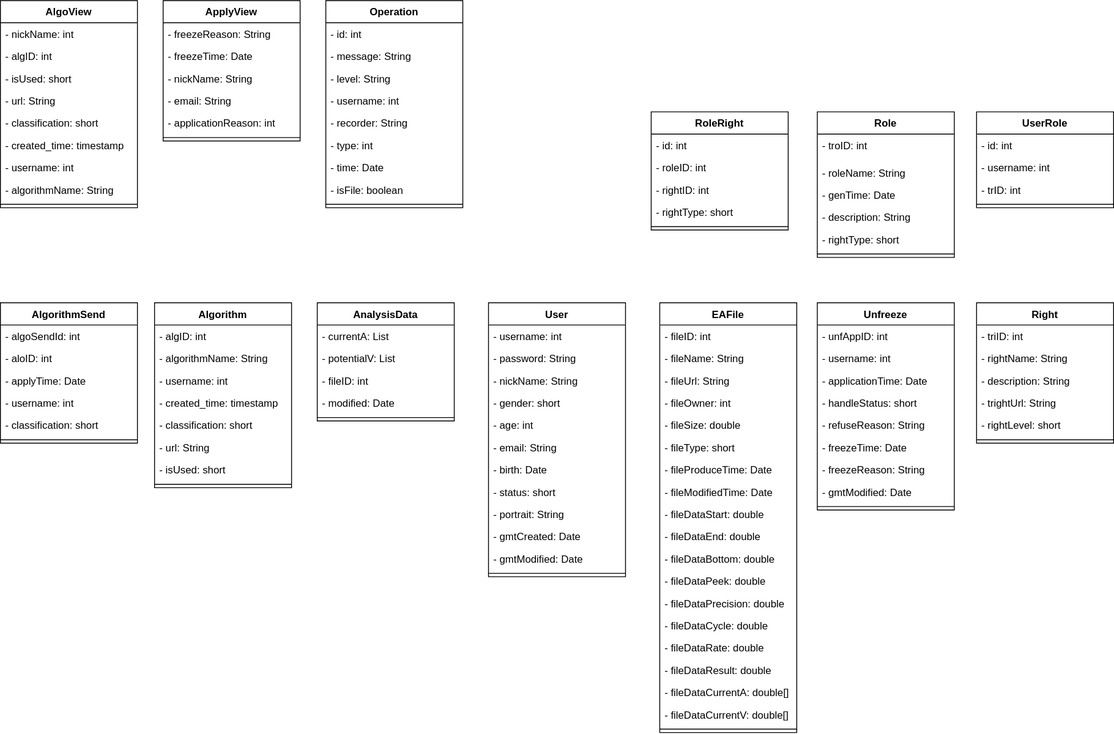
This is entity.svg from JDsen99/UML, a draw.io export, as it was before one commit. Source tidied: cells renumbered, new cells last; positions are measured from the earlier drawing's top-left corner, leaving out a move shared by most shapes.
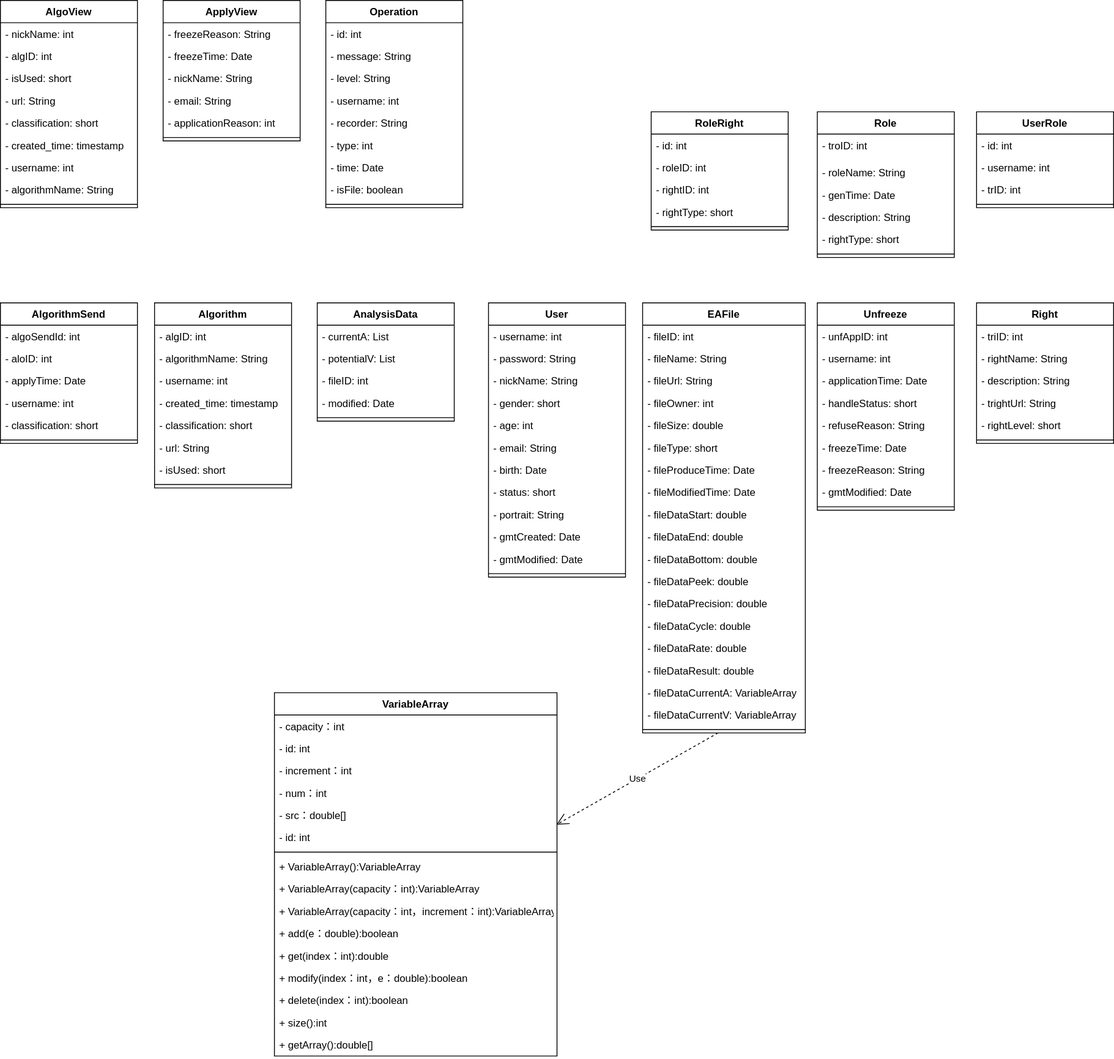
Later version of the same file.

Diff of the diagram source:
```diff
@@ -108,64 +108,64 @@
       <mxGeometry y="156" width="160" height="8" as="geometry" />
     </mxCell>
     <mxCell id="37" value="EAFile" style="swimlane;fontStyle=1;align=center;verticalAlign=top;horizontal=1;startSize=26;rounded=0;shadow=0;glass=0;sketch=0;" parent="1" vertex="1">
-      <mxGeometry x="770" y="353" width="160" height="502" as="geometry" />
+      <mxGeometry x="750" y="353" width="190" height="502" as="geometry" />
     </mxCell>
     <mxCell id="38" value="- fileID: int" style="text;strokeColor=none;fillColor=none;align=left;verticalAlign=top;spacingLeft=4;spacingRight=4;overflow=hidden;" parent="37" vertex="1">
-      <mxGeometry y="26" width="160" height="26" as="geometry" />
+      <mxGeometry y="26" width="190" height="26" as="geometry" />
     </mxCell>
     <mxCell id="39" value="- fileName: String" style="text;strokeColor=none;fillColor=none;align=left;verticalAlign=top;spacingLeft=4;spacingRight=4;overflow=hidden;" parent="37" vertex="1">
-      <mxGeometry y="52" width="160" height="26" as="geometry" />
+      <mxGeometry y="52" width="190" height="26" as="geometry" />
     </mxCell>
     <mxCell id="40" value="- fileUrl: String" style="text;strokeColor=none;fillColor=none;align=left;verticalAlign=top;spacingLeft=4;spacingRight=4;overflow=hidden;" parent="37" vertex="1">
-      <mxGeometry y="78" width="160" height="26" as="geometry" />
+      <mxGeometry y="78" width="190" height="26" as="geometry" />
     </mxCell>
     <mxCell id="41" value="- fileOwner: int" style="text;strokeColor=none;fillColor=none;align=left;verticalAlign=top;spacingLeft=4;spacingRight=4;overflow=hidden;" parent="37" vertex="1">
-      <mxGeometry y="104" width="160" height="26" as="geometry" />
+      <mxGeometry y="104" width="190" height="26" as="geometry" />
     </mxCell>
     <mxCell id="42" value="- fileSize: double" style="text;strokeColor=none;fillColor=none;align=left;verticalAlign=top;spacingLeft=4;spacingRight=4;overflow=hidden;" parent="37" vertex="1">
-      <mxGeometry y="130" width="160" height="26" as="geometry" />
+      <mxGeometry y="130" width="190" height="26" as="geometry" />
     </mxCell>
     <mxCell id="43" value="- fileType: short" style="text;strokeColor=none;fillColor=none;align=left;verticalAlign=top;spacingLeft=4;spacingRight=4;overflow=hidden;" parent="37" vertex="1">
-      <mxGeometry y="156" width="160" height="26" as="geometry" />
+      <mxGeometry y="156" width="190" height="26" as="geometry" />
     </mxCell>
     <mxCell id="44" value="- fileProduceTime: Date" style="text;strokeColor=none;fillColor=none;align=left;verticalAlign=top;spacingLeft=4;spacingRight=4;overflow=hidden;" parent="37" vertex="1">
-      <mxGeometry y="182" width="160" height="26" as="geometry" />
+      <mxGeometry y="182" width="190" height="26" as="geometry" />
     </mxCell>
     <mxCell id="45" value="- fileModifiedTime: Date" style="text;strokeColor=none;fillColor=none;align=left;verticalAlign=top;spacingLeft=4;spacingRight=4;overflow=hidden;" parent="37" vertex="1">
-      <mxGeometry y="208" width="160" height="26" as="geometry" />
+      <mxGeometry y="208" width="190" height="26" as="geometry" />
     </mxCell>
     <mxCell id="46" value="- fileDataStart: double" style="text;strokeColor=none;fillColor=none;align=left;verticalAlign=top;spacingLeft=4;spacingRight=4;overflow=hidden;" parent="37" vertex="1">
-      <mxGeometry y="234" width="160" height="26" as="geometry" />
+      <mxGeometry y="234" width="190" height="26" as="geometry" />
     </mxCell>
     <mxCell id="47" value="- fileDataEnd: double" style="text;strokeColor=none;fillColor=none;align=left;verticalAlign=top;spacingLeft=4;spacingRight=4;overflow=hidden;" parent="37" vertex="1">
-      <mxGeometry y="260" width="160" height="26" as="geometry" />
+      <mxGeometry y="260" width="190" height="26" as="geometry" />
     </mxCell>
     <mxCell id="48" value="- fileDataBottom: double" style="text;strokeColor=none;fillColor=none;align=left;verticalAlign=top;spacingLeft=4;spacingRight=4;overflow=hidden;" parent="37" vertex="1">
-      <mxGeometry y="286" width="160" height="26" as="geometry" />
+      <mxGeometry y="286" width="190" height="26" as="geometry" />
     </mxCell>
     <mxCell id="49" value="- fileDataPeek: double" style="text;strokeColor=none;fillColor=none;align=left;verticalAlign=top;spacingLeft=4;spacingRight=4;overflow=hidden;" parent="37" vertex="1">
-      <mxGeometry y="312" width="160" height="26" as="geometry" />
+      <mxGeometry y="312" width="190" height="26" as="geometry" />
     </mxCell>
     <mxCell id="50" value="- fileDataPrecision: double" style="text;strokeColor=none;fillColor=none;align=left;verticalAlign=top;spacingLeft=4;spacingRight=4;overflow=hidden;" parent="37" vertex="1">
-      <mxGeometry y="338" width="160" height="26" as="geometry" />
+      <mxGeometry y="338" width="190" height="26" as="geometry" />
     </mxCell>
     <mxCell id="51" value="- fileDataCycle: double" style="text;strokeColor=none;fillColor=none;align=left;verticalAlign=top;spacingLeft=4;spacingRight=4;overflow=hidden;" parent="37" vertex="1">
-      <mxGeometry y="364" width="160" height="26" as="geometry" />
+      <mxGeometry y="364" width="190" height="26" as="geometry" />
     </mxCell>
     <mxCell id="52" value="- fileDataRate: double" style="text;strokeColor=none;fillColor=none;align=left;verticalAlign=top;spacingLeft=4;spacingRight=4;overflow=hidden;" parent="37" vertex="1">
-      <mxGeometry y="390" width="160" height="26" as="geometry" />
+      <mxGeometry y="390" width="190" height="26" as="geometry" />
     </mxCell>
     <mxCell id="53" value="- fileDataResult: double" style="text;strokeColor=none;fillColor=none;align=left;verticalAlign=top;spacingLeft=4;spacingRight=4;overflow=hidden;" parent="37" vertex="1">
-      <mxGeometry y="416" width="160" height="26" as="geometry" />
+      <mxGeometry y="416" width="190" height="26" as="geometry" />
     </mxCell>
-    <mxCell id="54" value="- fileDataCurrentA: double[]" style="text;strokeColor=none;fillColor=none;align=left;verticalAlign=top;spacingLeft=4;spacingRight=4;overflow=hidden;" parent="37" vertex="1">
-      <mxGeometry y="442" width="160" height="26" as="geometry" />
+    <mxCell id="54" value="- fileDataCurrentA: VariableArray" style="text;strokeColor=none;fillColor=none;align=left;verticalAlign=top;spacingLeft=4;spacingRight=4;overflow=hidden;" parent="37" vertex="1">
+      <mxGeometry y="442" width="190" height="26" as="geometry" />
     </mxCell>
-    <mxCell id="55" value="- fileDataCurrentV: double[]" style="text;strokeColor=none;fillColor=none;align=left;verticalAlign=top;spacingLeft=4;spacingRight=4;overflow=hidden;" parent="37" vertex="1">
-      <mxGeometry y="468" width="160" height="26" as="geometry" />
+    <mxCell id="55" value="- fileDataCurrentV: VariableArray" style="text;strokeColor=none;fillColor=none;align=left;verticalAlign=top;spacingLeft=4;spacingRight=4;overflow=hidden;" parent="37" vertex="1">
+      <mxGeometry y="468" width="190" height="26" as="geometry" />
     </mxCell>
     <mxCell id="56" style="line;strokeWidth=1;fillColor=none;align=left;verticalAlign=middle;spacingTop=-1;spacingLeft=3;spacingRight=3;labelPosition=right;points=[];portConstraint=eastwest;" parent="37" vertex="1">
-      <mxGeometry y="494" width="160" height="8" as="geometry" />
+      <mxGeometry y="494" width="190" height="8" as="geometry" />
     </mxCell>
     <mxCell id="57" value="Unfreeze" style="swimlane;fontStyle=1;align=center;verticalAlign=top;horizontal=1;startSize=26;rounded=0;shadow=0;glass=0;sketch=0;" parent="1" vertex="1">
       <mxGeometry x="954" y="353" width="160" height="242" as="geometry" />
@@ -353,5 +353,59 @@
     <mxCell id="118" style="line;strokeWidth=1;fillColor=none;align=left;verticalAlign=middle;spacingTop=-1;spacingLeft=3;spacingRight=3;labelPosition=right;" parent="109" vertex="1">
       <mxGeometry y="234" width="160" height="8" as="geometry" />
     </mxCell>
+    <mxCell id="119" value="VariableArray" style="swimlane;fontStyle=1;align=center;verticalAlign=top;horizontal=1;startSize=26;rounded=0;shadow=0;glass=0;sketch=0;" parent="1" vertex="1">
+      <mxGeometry x="320" y="808" width="330" height="424" as="geometry" />
+    </mxCell>
+    <mxCell id="120" value="- capacity：int" style="text;strokeColor=none;fillColor=none;align=left;verticalAlign=top;spacingLeft=4;spacingRight=4;overflow=hidden;" parent="119" vertex="1">
+      <mxGeometry y="26" width="330" height="26" as="geometry" />
+    </mxCell>
+    <mxCell id="121" value="- id: int" style="text;strokeColor=none;fillColor=none;align=left;verticalAlign=top;spacingLeft=4;spacingRight=4;overflow=hidden;" parent="119" vertex="1">
+      <mxGeometry y="52" width="330" height="26" as="geometry" />
+    </mxCell>
+    <mxCell id="122" value="- increment：int" style="text;strokeColor=none;fillColor=none;align=left;verticalAlign=top;spacingLeft=4;spacingRight=4;overflow=hidden;" parent="119" vertex="1">
+      <mxGeometry y="78" width="330" height="26" as="geometry" />
+    </mxCell>
+    <mxCell id="123" value="- num：int" style="text;strokeColor=none;fillColor=none;align=left;verticalAlign=top;spacingLeft=4;spacingRight=4;overflow=hidden;" parent="119" vertex="1">
+      <mxGeometry y="104" width="330" height="26" as="geometry" />
+    </mxCell>
+    <mxCell id="124" value="- src：double[]" style="text;strokeColor=none;fillColor=none;align=left;verticalAlign=top;spacingLeft=4;spacingRight=4;overflow=hidden;" parent="119" vertex="1">
+      <mxGeometry y="130" width="330" height="26" as="geometry" />
+    </mxCell>
+    <mxCell id="125" value="- id: int" style="text;strokeColor=none;fillColor=none;align=left;verticalAlign=top;spacingLeft=4;spacingRight=4;overflow=hidden;points=[[0,0.5],[1,0.5]];portConstraint=eastwest;" parent="119" vertex="1">
+      <mxGeometry y="156" width="330" height="26" as="geometry" />
+    </mxCell>
+    <mxCell id="126" style="line;strokeWidth=1;fillColor=none;align=left;verticalAlign=middle;spacingTop=-1;spacingLeft=3;spacingRight=3;labelPosition=right;" parent="119" vertex="1">
+      <mxGeometry y="182" width="330" height="8" as="geometry" />
+    </mxCell>
+    <mxCell id="127" value="+ VariableArray():VariableArray" style="text;strokeColor=none;fillColor=none;align=left;verticalAlign=top;spacingLeft=4;spacingRight=4;overflow=hidden;" parent="119" vertex="1">
+      <mxGeometry y="190" width="330" height="26" as="geometry" />
+    </mxCell>
+    <mxCell id="128" value="+ VariableArray(capacity：int):VariableArray" style="text;strokeColor=none;fillColor=none;align=left;verticalAlign=top;spacingLeft=4;spacingRight=4;overflow=hidden;" parent="119" vertex="1">
+      <mxGeometry y="216" width="330" height="26" as="geometry" />
+    </mxCell>
+    <mxCell id="129" value="+ VariableArray(capacity：int，increment：int):VariableArray" style="text;strokeColor=none;fillColor=none;align=left;verticalAlign=top;spacingLeft=4;spacingRight=4;overflow=hidden;" parent="119" vertex="1">
+      <mxGeometry y="242" width="330" height="26" as="geometry" />
+    </mxCell>
+    <mxCell id="130" value="+ add(e：double):boolean" style="text;strokeColor=none;fillColor=none;align=left;verticalAlign=top;spacingLeft=4;spacingRight=4;overflow=hidden;" parent="119" vertex="1">
+      <mxGeometry y="268" width="330" height="26" as="geometry" />
+    </mxCell>
+    <mxCell id="131" value="+ get(index：int):double" style="text;strokeColor=none;fillColor=none;align=left;verticalAlign=top;spacingLeft=4;spacingRight=4;overflow=hidden;" parent="119" vertex="1">
+      <mxGeometry y="294" width="330" height="26" as="geometry" />
+    </mxCell>
+    <mxCell id="132" value="+ modify(index：int，e：double):boolean" style="text;strokeColor=none;fillColor=none;align=left;verticalAlign=top;spacingLeft=4;spacingRight=4;overflow=hidden;" parent="119" vertex="1">
+      <mxGeometry y="320" width="330" height="26" as="geometry" />
+    </mxCell>
+    <mxCell id="133" value="+ delete(index：int):boolean" style="text;strokeColor=none;fillColor=none;align=left;verticalAlign=top;spacingLeft=4;spacingRight=4;overflow=hidden;" parent="119" vertex="1">
+      <mxGeometry y="346" width="330" height="26" as="geometry" />
+    </mxCell>
+    <mxCell id="134" value="+ size():int" style="text;strokeColor=none;fillColor=none;align=left;verticalAlign=top;spacingLeft=4;spacingRight=4;overflow=hidden;" parent="119" vertex="1">
+      <mxGeometry y="372" width="330" height="26" as="geometry" />
+    </mxCell>
+    <mxCell id="135" value="+ getArray():double[]" style="text;strokeColor=none;fillColor=none;align=left;verticalAlign=top;spacingLeft=4;spacingRight=4;overflow=hidden;" parent="119" vertex="1">
+      <mxGeometry y="398" width="330" height="26" as="geometry" />
+    </mxCell>
+    <mxCell id="136" value="Use" style="endArrow=open;endSize=12;dashed=1;html=1;entryX=0.998;entryY=-0.077;entryDx=0;entryDy=0;entryPerimeter=0;" parent="1" edge="1" source="56" target="125">
+      <mxGeometry relative="1" as="geometry" />
+    </mxCell>
   </root>
 </mxGraphModel>
```
